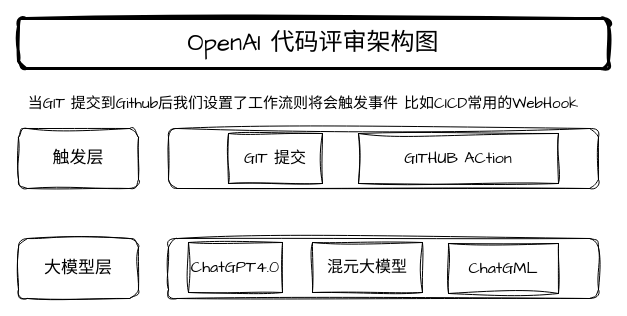
Before: 代码自动评审.drawio in yangbuyiya/yangbuyi-blog-images, a draw.io diagram. Source tidied: cells renumbered, new cells numbered last; positions are measured from the earlier drawing's top-left corner, leaving out a move shared by most shapes. Both pictures are drawn from the tidied source at 100%, with x=0, y=0 at pixel (18, 18).
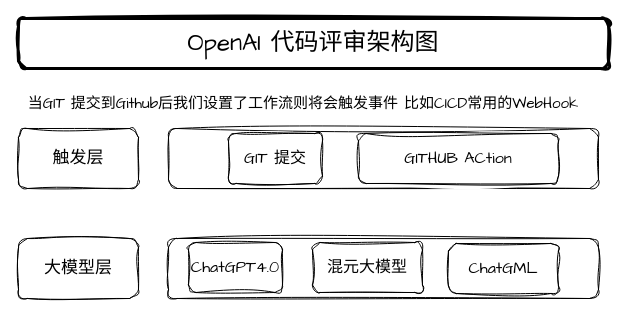
The same page after the edit.

Commit message:
更新代码自动评审.drawio

The edit, as a diff of the source:
```diff
@@
 <mxGraphModel>
   <root>
     <mxCell id="0" />
     <mxCell id="1" parent="0" />
     <mxCell id="2" value="&lt;font style=&quot;font-size: 24px;&quot;&gt;OpenAI 代码评审架构图&lt;/font&gt;" style="rounded=1;whiteSpace=wrap;html=1;sketch=1;hachureGap=4;jiggle=2;curveFitting=1;fontFamily=Architects Daughter;strokeWidth=3;" parent="1" vertex="1">
       <mxGeometry width="590" height="50" as="geometry" />
     </mxCell>
     <mxCell id="3" value="触发层" style="rounded=1;whiteSpace=wrap;html=1;sketch=1;hachureGap=4;jiggle=2;curveFitting=1;fontFamily=Architects Daughter;perimeterSpacing=5;fontSize=17;" parent="1" vertex="1">
       <mxGeometry y="110" width="120" height="60" as="geometry" />
     </mxCell>
     <mxCell id="4" style="rounded=1;whiteSpace=wrap;html=1;sketch=1;hachureGap=4;jiggle=2;curveFitting=1;fontFamily=Architects Daughter;perimeterSpacing=5;fontSize=17;" parent="1" vertex="1">
       <mxGeometry x="150" y="110" width="430" height="60" as="geometry" />
     </mxCell>
-    <mxCell id="5" value="GIT 提交" style="rounded=0;whiteSpace=wrap;html=1;sketch=1;hachureGap=4;jiggle=2;curveFitting=1;fontFamily=Architects Daughter;fontSize=16;" parent="1" vertex="1">
+    <mxCell id="5" value="GIT 提交" style="rounded=1;whiteSpace=wrap;html=1;sketch=1;hachureGap=4;jiggle=2;curveFitting=1;fontFamily=Architects Daughter;fontSize=16;" parent="1" vertex="1">
       <mxGeometry x="210" y="115" width="94" height="50" as="geometry" />
     </mxCell>
-    <mxCell id="6" value="GITHUB ACtion" style="rounded=0;whiteSpace=wrap;html=1;sketch=1;hachureGap=4;jiggle=2;curveFitting=1;fontFamily=Architects Daughter;fontSize=16;" parent="1" vertex="1">
+    <mxCell id="6" value="GITHUB ACtion" style="rounded=1;whiteSpace=wrap;html=1;sketch=1;hachureGap=4;jiggle=2;curveFitting=1;fontFamily=Architects Daughter;fontSize=16;" parent="1" vertex="1">
       <mxGeometry x="340" y="115" width="200" height="50" as="geometry" />
     </mxCell>
     <mxCell id="7" value="大模型层" style="rounded=1;whiteSpace=wrap;html=1;sketch=1;hachureGap=4;jiggle=2;curveFitting=1;fontFamily=Architects Daughter;perimeterSpacing=5;fontSize=17;" parent="1" vertex="1">
       <mxGeometry y="220" width="120" height="60" as="geometry" />
     </mxCell>
-    <mxCell id="8" value="当GIT 提交到Github后我们设置了工作流则将会触发事件 比如CICD常用的WebHook" style="text;html=1;align=center;verticalAlign=middle;whiteSpace=wrap;rounded=0;fontFamily=Architects Daughter;fontSize=15;" parent="1" vertex="1">
+    <mxCell id="8" value="当GIT 提交到Github后我们设置了工作流则将会触发事件 比如CICD常用的WebHook" style="text;html=1;align=center;verticalAlign=middle;whiteSpace=wrap;rounded=1;fontFamily=Architects Daughter;fontSize=15;" parent="1" vertex="1">
       <mxGeometry y="70" width="570" height="30" as="geometry" />
     </mxCell>
     <mxCell id="9" style="rounded=1;whiteSpace=wrap;html=1;sketch=1;hachureGap=4;jiggle=2;curveFitting=1;fontFamily=Architects Daughter;perimeterSpacing=5;fontSize=17;" parent="1" vertex="1">
       <mxGeometry x="150" y="220" width="430" height="60" as="geometry" />
     </mxCell>
-    <mxCell id="10" value="ChatGPT4.0" style="rounded=0;whiteSpace=wrap;html=1;sketch=1;hachureGap=4;jiggle=2;curveFitting=1;fontFamily=Architects Daughter;fontSize=16;" parent="1" vertex="1">
+    <mxCell id="10" value="ChatGPT4.0" style="rounded=1;whiteSpace=wrap;html=1;sketch=1;hachureGap=4;jiggle=2;curveFitting=1;fontFamily=Architects Daughter;fontSize=16;" parent="1" vertex="1">
       <mxGeometry x="170" y="224" width="94" height="50" as="geometry" />
     </mxCell>
-    <mxCell id="11" value="混元大模型" style="rounded=0;whiteSpace=wrap;html=1;sketch=1;hachureGap=4;jiggle=2;curveFitting=1;fontFamily=Architects Daughter;fontSize=16;" parent="1" vertex="1">
+    <mxCell id="11" value="混元大模型" style="rounded=1;whiteSpace=wrap;html=1;sketch=1;hachureGap=4;jiggle=2;curveFitting=1;fontFamily=Architects Daughter;fontSize=16;" parent="1" vertex="1">
       <mxGeometry x="294" y="224" width="110" height="50" as="geometry" />
     </mxCell>
-    <mxCell id="12" value="ChatGML" style="rounded=0;whiteSpace=wrap;html=1;sketch=1;hachureGap=4;jiggle=2;curveFitting=1;fontFamily=Architects Daughter;fontSize=16;" parent="1" vertex="1">
+    <mxCell id="12" value="ChatGML" style="rounded=1;whiteSpace=wrap;html=1;sketch=1;hachureGap=4;jiggle=2;curveFitting=1;fontFamily=Architects Daughter;fontSize=16;" parent="1" vertex="1">
       <mxGeometry x="430" y="225" width="110" height="50" as="geometry" />
     </mxCell>
   </root>
 </mxGraphModel>
```
